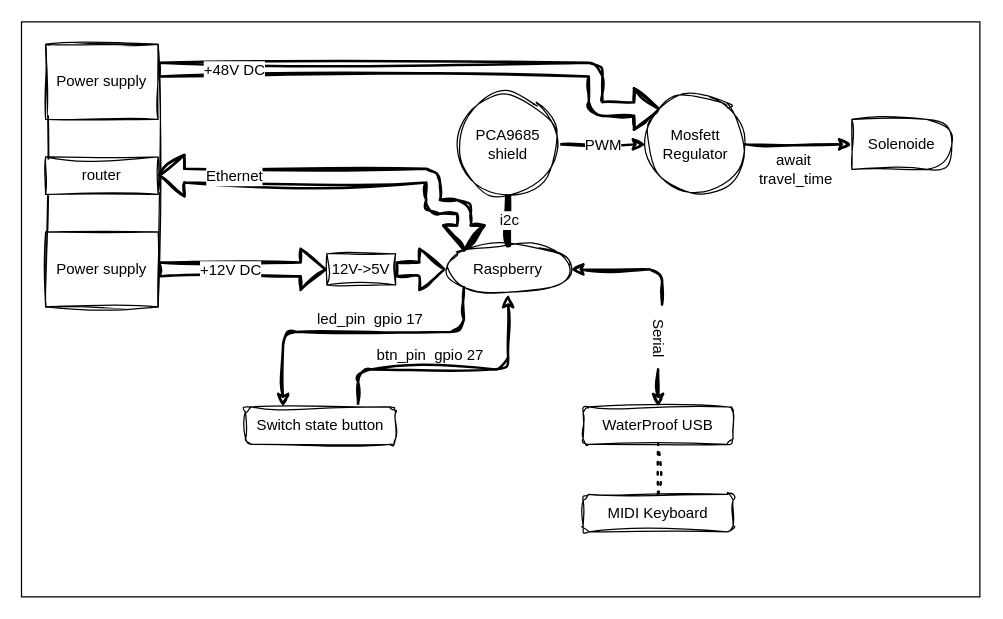
This is ressources/diagram-hardware.drawio from lan-ensad/cloches-sous-tension, a draw.io file, before an edit. Source tidied: cells renumbered, new cells numbered last; positions are measured from the earlier drawing's top-left corner, leaving out a move shared by most shapes. Both pictures are drawn from the tidied source at 125%, with x=0, y=0 at pixel (21, 21).
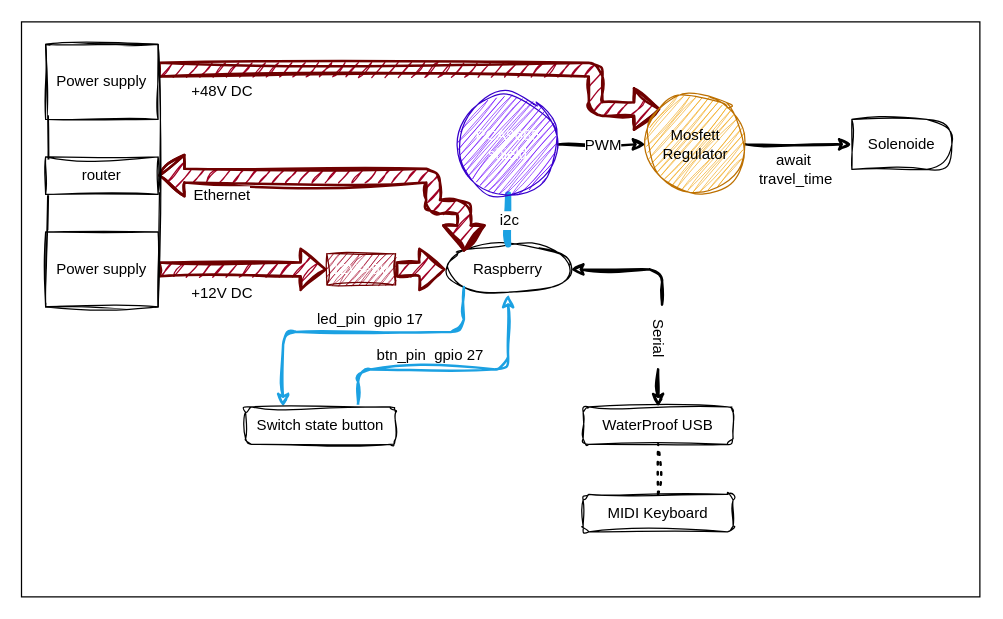
After the change.

The change refers to these unchanged cells:
```xml
<mxCell id="3" value="Raspberry" style="ellipse;whiteSpace=wrap;html=1;align=center;newEdgeStyle={&quot;edgeStyle&quot;:&quot;entityRelationEdgeStyle&quot;,&quot;startArrow&quot;:&quot;none&quot;,&quot;endArrow&quot;:&quot;none&quot;,&quot;segment&quot;:10,&quot;curved&quot;:1,&quot;sourcePerimeterSpacing&quot;:0,&quot;targetPerimeterSpacing&quot;:0};sketch=1;curveFitting=1;jiggle=2;" parent="1" vertex="1">
  <mxGeometry x="339" y="178" width="100" height="40" as="geometry" />
</mxCell>
<mxCell id="6" value="&lt;font style=&quot;font-size: 12px;&quot;&gt;Switch state button&lt;/font&gt;" style="rounded=1;whiteSpace=wrap;html=1;fontSize=7;sketch=1;curveFitting=1;jiggle=2;" parent="1" vertex="1">
  <mxGeometry x="179" y="308" width="120" height="30" as="geometry" />
</mxCell>
<mxCell id="30" value="Power supply" style="rounded=0;whiteSpace=wrap;html=1;sketch=1;curveFitting=1;jiggle=2;" parent="1" vertex="1">
  <mxGeometry x="19" y="18" width="90" height="60" as="geometry" />
</mxCell>
<mxCell id="31" value="router" style="rounded=0;whiteSpace=wrap;html=1;sketch=1;curveFitting=1;jiggle=2;" parent="1" vertex="1">
  <mxGeometry x="19" y="108" width="90" height="30" as="geometry" />
</mxCell>
<mxCell id="32" value="Power supply" style="rounded=0;whiteSpace=wrap;html=1;sketch=1;curveFitting=1;jiggle=2;" parent="1" vertex="1">
  <mxGeometry x="19" y="168" width="90" height="60" as="geometry" />
</mxCell>
```

Change to the diagram source:
```diff
@@
-    <mxCell id="4" style="edgeStyle=orthogonalEdgeStyle;html=1;exitX=0.75;exitY=0;exitDx=0;exitDy=0;entryX=0.5;entryY=1;entryDx=0;entryDy=0;strokeWidth=2;fontSize=12;endArrow=classic;endFill=1;sketch=1;curveFitting=1;jiggle=2;" parent="1" edge="1" source="6" target="3">
+    <mxCell id="4" style="edgeStyle=orthogonalEdgeStyle;html=1;exitX=0.75;exitY=0;exitDx=0;exitDy=0;entryX=0.5;entryY=1;entryDx=0;entryDy=0;strokeWidth=2;fontSize=12;endArrow=classic;endFill=1;sketch=1;curveFitting=1;jiggle=2;strokeColor=#1BA1E2;" parent="1" edge="1" source="6" target="3">
       <mxGeometry relative="1" as="geometry">
         <Array as="points">
           <mxPoint x="269" y="278" />
           <mxPoint x="389" y="278" />
         </Array>
       </mxGeometry>
     </mxCell>
-    <mxCell id="5" style="edgeStyle=orthogonalEdgeStyle;html=1;exitX=0.25;exitY=0;exitDx=0;exitDy=0;entryX=0;entryY=1;entryDx=0;entryDy=0;strokeWidth=2;fontSize=12;endArrow=none;endFill=0;startArrow=classic;startFill=1;sketch=1;curveFitting=1;jiggle=2;" parent="1" edge="1" source="6" target="3">
+    <mxCell id="5" style="edgeStyle=orthogonalEdgeStyle;html=1;exitX=0.25;exitY=0;exitDx=0;exitDy=0;entryX=0;entryY=1;entryDx=0;entryDy=0;strokeWidth=2;fontSize=12;endArrow=none;endFill=0;startArrow=classic;startFill=1;sketch=1;curveFitting=1;jiggle=2;fillColor=#6a00ff;strokeColor=#1BA1E2;" parent="1" edge="1" source="6" target="3">
       <mxGeometry relative="1" as="geometry">
         <Array as="points">
           <mxPoint x="209" y="248" />
           <mxPoint x="354" y="248" />
         </Array>
       </mxGeometry>
     </mxCell>
@@
-    <mxCell id="9" style="shape=flexArrow;endArrow=classic;html=1;strokeWidth=2;fontSize=12;entryX=0;entryY=0.5;entryDx=0;entryDy=0;exitX=1;exitY=0.5;exitDx=0;exitDy=0;sketch=1;curveFitting=1;jiggle=2;" parent="1" edge="1" source="32" target="13">
+    <mxCell id="9" style="shape=flexArrow;endArrow=classic;html=1;strokeWidth=2;fontSize=12;entryX=0;entryY=0.5;entryDx=0;entryDy=0;exitX=1;exitY=0.5;exitDx=0;exitDy=0;sketch=1;curveFitting=1;jiggle=2;fillColor=#a20025;strokeColor=#6F0000;" parent="1" edge="1" source="32" target="13">
       <mxGeometry relative="1" as="geometry" />
     </mxCell>
     <mxCell id="10" value="+12V DC" style="edgeLabel;html=1;align=center;verticalAlign=middle;fontSize=12;sketch=1;curveFitting=1;jiggle=2;" parent="9" vertex="1">
       <mxGeometry x="0.19" y="-1" relative="1" as="geometry">
-        <mxPoint x="-23" y="-1" as="offset" />
+        <mxPoint x="-30" y="17" as="offset" />
       </mxGeometry>
     </mxCell>
-    <mxCell id="11" style="shape=flexArrow;endArrow=classic;html=1;strokeWidth=2;fontSize=12;entryX=0;entryY=0;entryDx=0;entryDy=0;edgeStyle=orthogonalEdgeStyle;exitX=1;exitY=0.337;exitDx=0;exitDy=0;exitPerimeter=0;sketch=1;curveFitting=1;jiggle=2;" parent="1" edge="1" source="30" target="22">
+    <mxCell id="11" style="shape=flexArrow;endArrow=classic;html=1;strokeWidth=2;fontSize=12;entryX=0;entryY=0;entryDx=0;entryDy=0;edgeStyle=orthogonalEdgeStyle;exitX=1;exitY=0.337;exitDx=0;exitDy=0;exitPerimeter=0;sketch=1;curveFitting=1;jiggle=2;fillColor=#a20025;strokeColor=#6F0000;" parent="1" edge="1" source="30" target="22">
       <mxGeometry relative="1" as="geometry">
         <Array as="points">
           <mxPoint x="459" y="38" />
           <mxPoint x="459" y="70" />
         </Array>
       </mxGeometry>
     </mxCell>
     <mxCell id="12" value="+48V DC" style="edgeLabel;html=1;align=center;verticalAlign=middle;fontSize=12;sketch=1;curveFitting=1;jiggle=2;" parent="11" vertex="1">
       <mxGeometry x="0.19" y="-1" relative="1" as="geometry">
-        <mxPoint x="-198" y="-1" as="offset" />
+        <mxPoint x="-208" y="16" as="offset" />
       </mxGeometry>
     </mxCell>
-    <mxCell id="13" value="12V-&amp;gt;5V" style="rounded=0;whiteSpace=wrap;html=1;fontSize=12;sketch=1;curveFitting=1;jiggle=2;" parent="1" vertex="1">
+    <mxCell id="13" value="12V-&amp;gt;5V" style="rounded=0;whiteSpace=wrap;html=1;fontSize=12;sketch=1;curveFitting=1;jiggle=2;fillColor=#a20025;fontColor=#ffffff;strokeColor=#6F0000;" parent="1" vertex="1">
       <mxGeometry x="244" y="185.5" width="55" height="25" as="geometry" />
     </mxCell>
-    <mxCell id="14" style="shape=flexArrow;endArrow=classic;html=1;strokeWidth=2;fontSize=12;exitX=1;exitY=0.5;exitDx=0;exitDy=0;sketch=1;curveFitting=1;jiggle=2;" parent="1" edge="1" source="13">
+    <mxCell id="14" style="shape=flexArrow;endArrow=classic;html=1;strokeWidth=2;fontSize=12;exitX=1;exitY=0.5;exitDx=0;exitDy=0;sketch=1;curveFitting=1;jiggle=2;fillColor=#a20025;strokeColor=#6F0000;" parent="1" edge="1" source="13">
       <mxGeometry relative="1" as="geometry">
         <mxPoint x="339" y="198" as="targetPoint" />
       </mxGeometry>
     </mxCell>
@@
-    <mxCell id="16" style="endArrow=none;html=1;strokeWidth=5;fontSize=12;exitX=0.5;exitY=0;exitDx=0;exitDy=0;entryX=0.5;entryY=1;entryDx=0;entryDy=0;endFill=0;sketch=1;curveFitting=1;jiggle=2;" parent="1" edge="1" source="3">
+    <mxCell id="16" style="endArrow=none;html=1;strokeWidth=5;fontSize=12;exitX=0.5;exitY=0;exitDx=0;exitDy=0;entryX=0.5;entryY=1;entryDx=0;entryDy=0;endFill=0;sketch=1;curveFitting=1;jiggle=2;strokeColor=#1BA1E2;" parent="1" edge="1" source="3">
       <mxGeometry relative="1" as="geometry">
         <mxPoint x="389" y="138" as="targetPoint" />
       </mxGeometry>
     </mxCell>
@@
-    <mxCell id="22" value="Mosfett&lt;br&gt;Regulator" style="ellipse;whiteSpace=wrap;html=1;fontSize=12;sketch=1;curveFitting=1;jiggle=2;" parent="1" vertex="1">
+    <mxCell id="22" value="Mosfett&lt;br&gt;Regulator" style="ellipse;whiteSpace=wrap;html=1;fontSize=12;sketch=1;curveFitting=1;jiggle=2;fillColor=#f0a30a;fontColor=#000000;strokeColor=#BD7000;" parent="1" vertex="1">
       <mxGeometry x="499" y="58" width="80" height="80" as="geometry" />
     </mxCell>
@@
-    <mxCell id="26" style="shape=flexArrow;endArrow=classic;html=1;strokeWidth=2;fontSize=12;entryX=0;entryY=0;entryDx=0;entryDy=0;edgeStyle=orthogonalEdgeStyle;startArrow=block;sketch=1;curveFitting=1;jiggle=2;" parent="1" edge="1" source="31" target="3">
+    <mxCell id="26" style="shape=flexArrow;endArrow=classic;html=1;strokeWidth=2;fontSize=12;entryX=0;entryY=0;entryDx=0;entryDy=0;edgeStyle=orthogonalEdgeStyle;startArrow=block;sketch=1;curveFitting=1;jiggle=2;fillColor=#a20025;strokeColor=#6F0000;" parent="1" edge="1" source="31" target="3">
       <mxGeometry relative="1" as="geometry">
         <Array as="points">
           <mxPoint x="329" y="123" />
           <mxPoint x="329" y="148" />
           <mxPoint x="354" y="148" />
         </Array>
       </mxGeometry>
     </mxCell>
     <mxCell id="27" value="Ethernet" style="edgeLabel;html=1;align=center;verticalAlign=middle;fontSize=12;sketch=1;curveFitting=1;jiggle=2;" parent="26" vertex="1">
       <mxGeometry x="0.19" y="-1" relative="1" as="geometry">
-        <mxPoint x="-122" y="-1" as="offset" />
+        <mxPoint x="-132" y="14" as="offset" />
       </mxGeometry>
     </mxCell>
@@
-    <mxCell id="35" value="PCA9685&lt;br&gt;shield" style="ellipse;whiteSpace=wrap;html=1;fontSize=12;sketch=1;curveFitting=1;jiggle=2;" parent="1" vertex="1">
+    <mxCell id="35" value="PCA9685&lt;br&gt;shield" style="ellipse;whiteSpace=wrap;html=1;fontSize=12;sketch=1;curveFitting=1;jiggle=2;fillColor=#6a00ff;fontColor=#ffffff;strokeColor=#3700CC;" parent="1" vertex="1">
       <mxGeometry x="349" y="58" width="80" height="80" as="geometry" />
     </mxCell>
```
